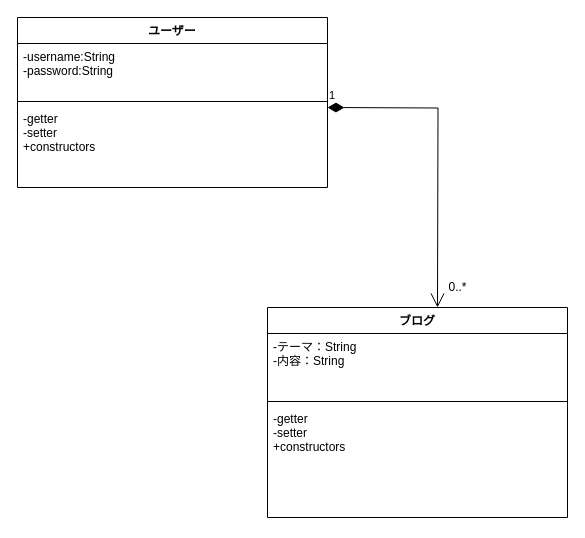
2013liliy/myblog keeps this draw.io diagram as drawio/graph.drawio. Above is the earlier version. Source tidied: cells renumbered, new cells numbered last; positions are measured from the earlier drawing's top-left corner, leaving out a move shared by most shapes. Both pictures are drawn from the tidied source at 100%, with x=0, y=0 at pixel (17, 17).
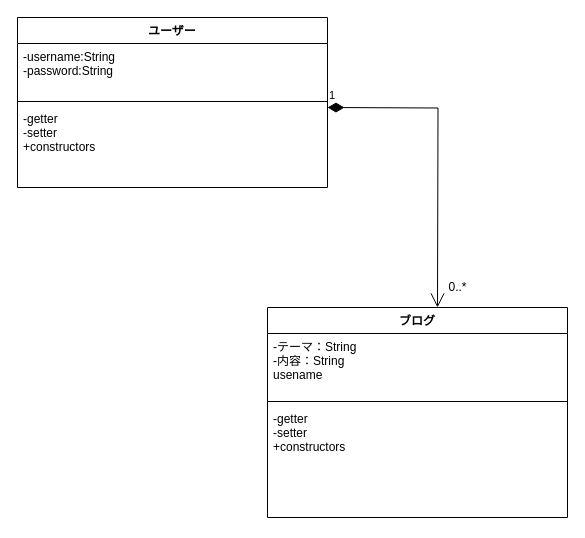
Above is the later version.

The edit, as a diff of the source:
```diff
@@
 <mxGraphModel>
   <root>
     <mxCell id="0" />
     <mxCell id="1" parent="0" />
     <mxCell id="2" value="ユーザー" style="swimlane;fontStyle=1;align=center;verticalAlign=top;horizontal=1;startSize=26;fillColor=none;" parent="1" vertex="1">
       <mxGeometry width="310" height="170" as="geometry" />
     </mxCell>
     <mxCell id="3" value="-username:String&#10;-password:String&#10;" style="text;strokeColor=none;fillColor=none;align=left;verticalAlign=top;spacingLeft=4;spacingRight=4;overflow=hidden;" parent="2" vertex="1">
       <mxGeometry y="26" width="310" height="54" as="geometry" />
     </mxCell>
     <mxCell id="4" style="line;strokeWidth=1;fillColor=none;align=left;verticalAlign=middle;spacingTop=-1;spacingLeft=3;spacingRight=3;labelPosition=right;" parent="2" vertex="1">
       <mxGeometry y="80" width="310" height="8" as="geometry" />
     </mxCell>
     <mxCell id="5" value="-getter&#10;-setter&#10;+constructors" style="text;strokeColor=none;fillColor=none;align=left;verticalAlign=top;spacingLeft=4;spacingRight=4;overflow=hidden;" parent="2" vertex="1">
       <mxGeometry y="88" width="310" height="82" as="geometry" />
     </mxCell>
     <mxCell id="6" value="1" style="endArrow=open;html=1;endSize=12;startArrow=diamondThin;startSize=14;startFill=1;edgeStyle=orthogonalEdgeStyle;align=left;verticalAlign=bottom;rounded=0;" parent="1" edge="1">
       <mxGeometry x="-1" y="3" relative="1" as="geometry">
         <mxPoint x="310" y="90" as="sourcePoint" />
         <mxPoint x="420" y="290" as="targetPoint" />
       </mxGeometry>
     </mxCell>
     <mxCell id="7" value="0..*" style="text;html=1;align=center;verticalAlign=middle;strokeColor=none;fillColor=none;" parent="1" vertex="1">
       <mxGeometry x="420" y="255" width="40" height="30" as="geometry" />
     </mxCell>
     <mxCell id="8" value="ブログ" style="swimlane;fontStyle=1;align=center;verticalAlign=top;horizontal=1;startSize=26;fillColor=none;" parent="1" vertex="1">
       <mxGeometry x="250" y="290" width="300" height="210" as="geometry" />
     </mxCell>
-    <mxCell id="9" value="-テーマ：String&#10;-内容：String" style="text;strokeColor=none;fillColor=none;align=left;verticalAlign=top;spacingLeft=4;spacingRight=4;overflow=hidden;" parent="8" vertex="1">
+    <mxCell id="9" value="-テーマ：String&#10;-内容：String&#10;usename" style="text;strokeColor=none;fillColor=none;align=left;verticalAlign=top;spacingLeft=4;spacingRight=4;overflow=hidden;" parent="8" vertex="1">
       <mxGeometry y="26" width="300" height="64" as="geometry" />
     </mxCell>
     <mxCell id="10" style="line;strokeWidth=1;fillColor=none;align=left;verticalAlign=middle;spacingTop=-1;spacingLeft=3;spacingRight=3;labelPosition=right;" parent="8" vertex="1">
       <mxGeometry y="90" width="300" height="8" as="geometry" />
     </mxCell>
     <mxCell id="11" value="-getter&#10;-setter&#10;+constructors" style="text;strokeColor=none;fillColor=none;align=left;verticalAlign=top;spacingLeft=4;spacingRight=4;overflow=hidden;" parent="8" vertex="1">
       <mxGeometry y="98" width="300" height="112" as="geometry" />
     </mxCell>
   </root>
 </mxGraphModel>
```
